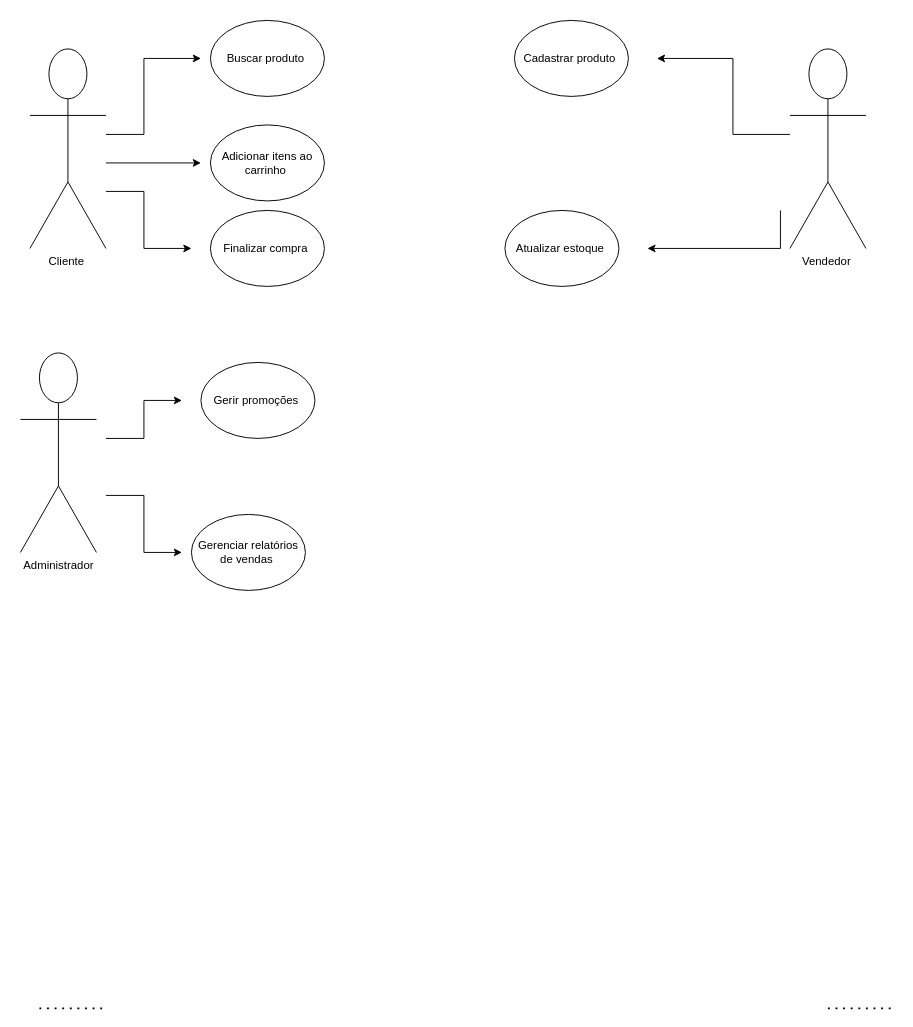
The draw.io diagram page "Página-5" (5 of 11) of Diagrama sem nome.drawio in maysa158/diagramasderequisitos, before the edit. Source tidied: cells renumbered, new cells numbered last; positions are measured from the earlier drawing's top-left corner, leaving out a move shared by most shapes. Both pictures are drawn from the tidied source at 95%, with x=0, y=0 at pixel (20, 20).
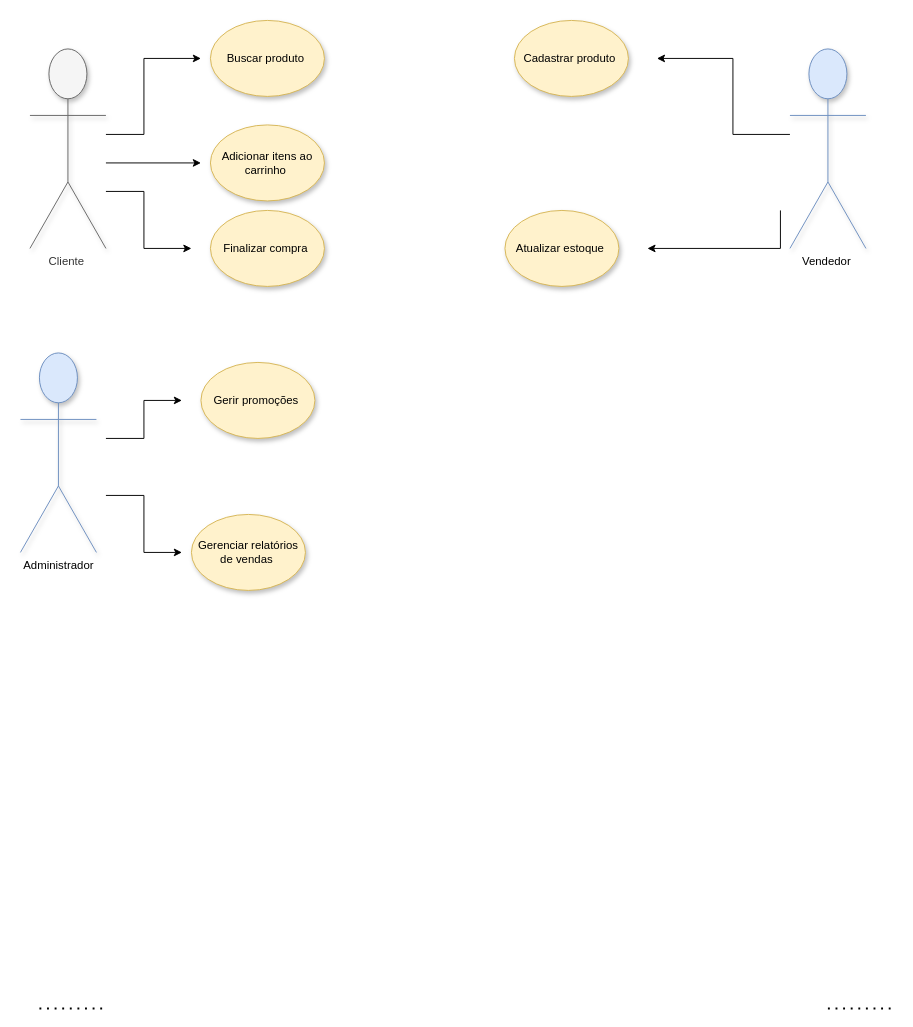
Above is the later version.

The edit, as a diff of the source:
```diff
@@
-    <mxCell id="4" value="Cliente&amp;nbsp;" style="shape=umlActor;verticalLabelPosition=bottom;verticalAlign=top;html=1;" parent="1" vertex="1">
+    <mxCell id="4" value="Cliente&amp;nbsp;" style="shape=umlActor;verticalLabelPosition=bottom;verticalAlign=top;html=1;fillColor=#f5f5f5;fontColor=#333333;strokeColor=#666666;shadow=1;" parent="1" vertex="1">
       <mxGeometry x="10" y="30" width="80" height="210" as="geometry" />
     </mxCell>
-    <mxCell id="5" value="Vendedor&amp;nbsp;" style="shape=umlActor;verticalLabelPosition=bottom;verticalAlign=top;html=1;" parent="1" vertex="1">
+    <mxCell id="5" value="Vendedor&amp;nbsp;" style="shape=umlActor;verticalLabelPosition=bottom;verticalAlign=top;html=1;fillColor=#dae8fc;strokeColor=#6c8ebf;shadow=1;" parent="1" vertex="1">
       <mxGeometry x="810" y="30" width="80" height="210" as="geometry" />
     </mxCell>
-    <mxCell id="6" value="Administrador" style="shape=umlActor;verticalLabelPosition=bottom;verticalAlign=top;html=1;" parent="1" vertex="1">
+    <mxCell id="6" value="Administrador" style="shape=umlActor;verticalLabelPosition=bottom;verticalAlign=top;html=1;fillColor=#dae8fc;strokeColor=#6c8ebf;shadow=1;" parent="1" vertex="1">
       <mxGeometry y="350" width="80" height="210" as="geometry" />
     </mxCell>
@@
-    <mxCell id="10" value="Buscar produto&amp;nbsp;" style="ellipse;whiteSpace=wrap;html=1;" parent="1" vertex="1">
+    <mxCell id="10" value="Buscar produto&amp;nbsp;" style="ellipse;whiteSpace=wrap;html=1;fillColor=#fff2cc;strokeColor=#d6b656;shadow=1;" parent="1" vertex="1">
       <mxGeometry x="200" width="120" height="80" as="geometry" />
     </mxCell>
-    <mxCell id="11" value="Finalizar compra&amp;nbsp;" style="ellipse;whiteSpace=wrap;html=1;" parent="1" vertex="1">
+    <mxCell id="11" value="Finalizar compra&amp;nbsp;" style="ellipse;whiteSpace=wrap;html=1;fillColor=#fff2cc;strokeColor=#d6b656;shadow=1;" parent="1" vertex="1">
       <mxGeometry x="200" y="200" width="120" height="80" as="geometry" />
     </mxCell>
-    <mxCell id="12" value="Adicionar itens ao carrinho&amp;nbsp;" style="ellipse;whiteSpace=wrap;html=1;" parent="1" vertex="1">
+    <mxCell id="12" value="Adicionar itens ao carrinho&amp;nbsp;" style="ellipse;whiteSpace=wrap;html=1;shadow=1;fillColor=#fff2cc;strokeColor=#d6b656;" parent="1" vertex="1">
       <mxGeometry x="200" y="110" width="120" height="80" as="geometry" />
     </mxCell>
@@
-    <mxCell id="14" value="Cadastrar produto&amp;nbsp;" style="ellipse;whiteSpace=wrap;html=1;" parent="1" vertex="1">
+    <mxCell id="14" value="Cadastrar produto&amp;nbsp;" style="ellipse;whiteSpace=wrap;html=1;shadow=1;fillColor=#fff2cc;strokeColor=#d6b656;" parent="1" vertex="1">
       <mxGeometry x="520" width="120" height="80" as="geometry" />
     </mxCell>
-    <mxCell id="15" value="Atualizar estoque&amp;nbsp;" style="ellipse;whiteSpace=wrap;html=1;" parent="1" vertex="1">
+    <mxCell id="15" value="Atualizar estoque&amp;nbsp;" style="ellipse;whiteSpace=wrap;html=1;shadow=1;fillColor=#fff2cc;strokeColor=#d6b656;" parent="1" vertex="1">
       <mxGeometry x="510" y="200" width="120" height="80" as="geometry" />
     </mxCell>
@@
-    <mxCell id="19" value="Gerir promoções&amp;nbsp;" style="ellipse;whiteSpace=wrap;html=1;" parent="1" vertex="1">
+    <mxCell id="19" value="Gerir promoções&amp;nbsp;" style="ellipse;whiteSpace=wrap;html=1;shadow=1;fillColor=#fff2cc;strokeColor=#d6b656;" parent="1" vertex="1">
       <mxGeometry x="190" y="360" width="120" height="80" as="geometry" />
     </mxCell>
-    <mxCell id="20" value="Gerenciar relatórios de vendas&amp;nbsp;" style="ellipse;whiteSpace=wrap;html=1;" parent="1" vertex="1">
+    <mxCell id="20" value="Gerenciar relatórios de vendas&amp;nbsp;" style="ellipse;whiteSpace=wrap;html=1;shadow=1;fillColor=#fff2cc;strokeColor=#d6b656;" parent="1" vertex="1">
       <mxGeometry x="180" y="520" width="120" height="80" as="geometry" />
     </mxCell>
```
